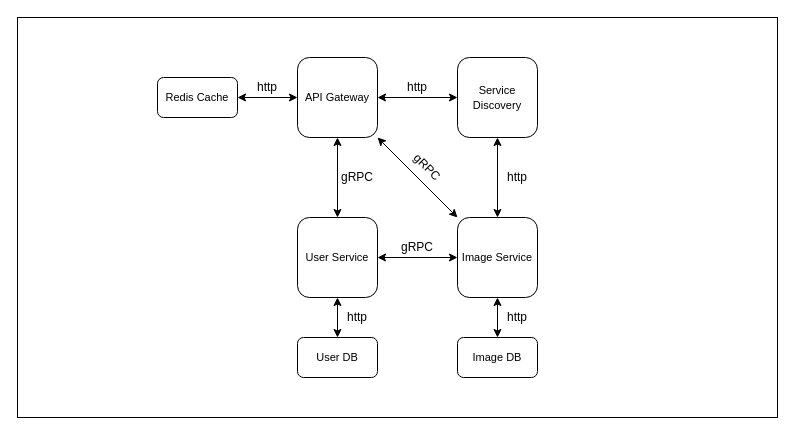
Earlier version of the draw.io diagram local/diagrams/PAD_LAB_1.drawio (StefanB0/PAD). Source tidied: cells renumbered, new cells numbered last; positions are measured from the earlier drawing's top-left corner, leaving out a move shared by most shapes. Both pictures are drawn from the tidied source at 100%, with x=0, y=0 at pixel (17, 17).
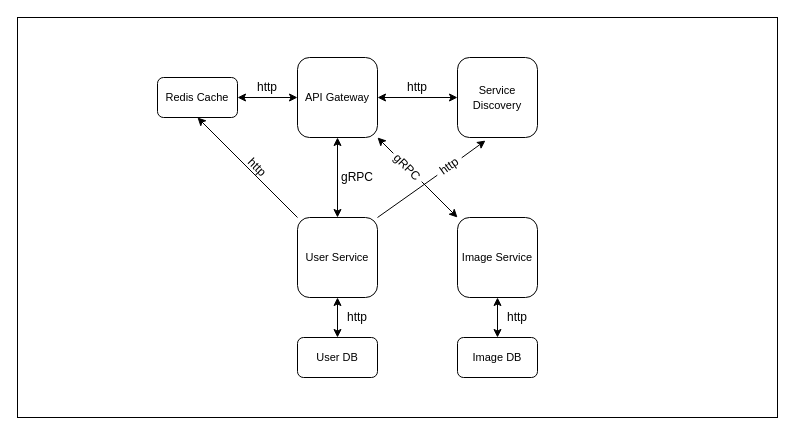
The same page after the edit.

Unchanged cells that the change refers to:
```xml
<mxCell id="2" value="&lt;font style=&quot;font-size: 11px;&quot;&gt;User Service&lt;/font&gt;" style="rounded=1;whiteSpace=wrap;html=1;" parent="1" vertex="1">
  <mxGeometry x="280" y="200" width="80" height="80" as="geometry" />
</mxCell>
<mxCell id="5" value="&lt;font style=&quot;font-size: 11px;&quot;&gt;Image&amp;nbsp;Service&lt;/font&gt;" style="rounded=1;whiteSpace=wrap;html=1;" parent="1" vertex="1">
  <mxGeometry x="440" y="200" width="80" height="80" as="geometry" />
</mxCell>
<mxCell id="8" value="&lt;font style=&quot;font-size: 11px;&quot;&gt;API Gateway&lt;/font&gt;" style="rounded=1;whiteSpace=wrap;html=1;" parent="1" vertex="1">
  <mxGeometry x="280" y="40" width="80" height="80" as="geometry" />
</mxCell>
<mxCell id="11" value="&lt;font style=&quot;font-size: 11px;&quot;&gt;Service Discovery&lt;/font&gt;" style="rounded=1;whiteSpace=wrap;html=1;" parent="1" vertex="1">
  <mxGeometry x="440" y="40" width="80" height="80" as="geometry" />
</mxCell>
<mxCell id="12" value="&lt;font style=&quot;font-size: 11px;&quot;&gt;Redis Cache&lt;/font&gt;" style="rounded=1;whiteSpace=wrap;html=1;" parent="1" vertex="1">
  <mxGeometry x="140" y="60" width="80" height="40" as="geometry" />
</mxCell>
```

Change to the diagram source:
```diff
@@
+    <mxCell id="25" style="rounded=0;whiteSpace=wrap;html=1;fillColor=none;strokeColor=default;" parent="1" vertex="1">
+      <mxGeometry width="760" height="400" as="geometry" />
+    </mxCell>
+    <mxCell id="26" style="rounded=0;jettySize=auto;html=1;exitX=0;exitY=0;exitDx=0;exitDy=0;entryX=0.5;entryY=1;entryDx=0;entryDy=0;" parent="1" edge="1" source="2" target="12">
+      <mxGeometry relative="1" as="geometry" />
+    </mxCell>
+    <mxCell id="27" style="edgeStyle=none;rounded=0;jettySize=auto;html=1;exitX=1;exitY=0.5;exitDx=0;exitDy=0;entryX=0.35;entryY=1.038;entryDx=0;entryDy=0;entryPerimeter=0;" parent="1" edge="1" source="30" target="11">
+      <mxGeometry relative="1" as="geometry" />
+    </mxCell>
@@
-    <mxCell id="3" style="edgeStyle=none;rounded=0;jettySize=auto;html=1;exitX=0;exitY=0;exitDx=0;exitDy=0;entryX=1;entryY=1;entryDx=0;entryDy=0;startArrow=classic;startFill=1;" parent="1" edge="1" source="5" target="8">
+    <mxCell id="3" style="edgeStyle=none;rounded=0;jettySize=auto;html=1;exitX=0;exitY=0.5;exitDx=0;exitDy=0;entryX=1;entryY=1;entryDx=0;entryDy=0;startArrow=none;startFill=0;" parent="1" edge="1" source="23" target="8">
       <mxGeometry relative="1" as="geometry" />
     </mxCell>
-    <mxCell id="4" style="edgeStyle=none;rounded=0;jettySize=auto;html=1;exitX=0;exitY=0.5;exitDx=0;exitDy=0;entryX=1;entryY=0.5;entryDx=0;entryDy=0;startArrow=classic;startFill=1;" parent="1" edge="1" source="5" target="2">
-      <mxGeometry relative="1" as="geometry" />
-    </mxCell>
@@
-    <mxCell id="10" style="edgeStyle=none;rounded=0;jettySize=auto;html=1;exitX=0.5;exitY=1;exitDx=0;exitDy=0;entryX=0.5;entryY=0;entryDx=0;entryDy=0;startArrow=classic;startFill=1;" parent="1" edge="1" source="11" target="5">
-      <mxGeometry relative="1" as="geometry" />
-    </mxCell>
@@
-    <mxCell id="19" value="http" style="text;html=1;strokeColor=none;fillColor=none;align=center;verticalAlign=middle;whiteSpace=wrap;rounded=0;" parent="1" vertex="1">
-      <mxGeometry x="480" y="150" width="40" height="20" as="geometry" />
-    </mxCell>
@@
+    <mxCell id="28" value="http" style="text;html=1;strokeColor=none;fillColor=none;align=center;verticalAlign=middle;whiteSpace=wrap;rounded=0;rotation=45;" parent="1" vertex="1">
+      <mxGeometry x="220" y="140" width="40" height="20" as="geometry" />
+    </mxCell>
+    <mxCell id="29" style="edgeStyle=none;rounded=0;jettySize=auto;html=1;exitX=1;exitY=0;exitDx=0;exitDy=0;entryX=0;entryY=0.5;entryDx=0;entryDy=0;endArrow=none;endFill=0;" parent="1" edge="1" source="2" target="30">
+      <mxGeometry relative="1" as="geometry" />
+    </mxCell>
+    <mxCell id="30" value="http" style="text;html=1;strokeColor=none;fillColor=none;align=center;verticalAlign=middle;whiteSpace=wrap;rounded=0;rotation=-35.5;" parent="1" vertex="1">
+      <mxGeometry x="417" y="139" width="30" height="20" as="geometry" />
+    </mxCell>
+    <mxCell id="31" style="edgeStyle=none;rounded=0;jettySize=auto;html=1;exitX=0;exitY=0;exitDx=0;exitDy=0;entryX=1;entryY=0.5;entryDx=0;entryDy=0;startArrow=classic;startFill=1;endArrow=none;endFill=0;" parent="1" edge="1" source="5" target="23">
+      <mxGeometry relative="1" as="geometry" />
+    </mxCell>
     <mxCell id="23" value="gRPC" style="text;html=1;strokeColor=none;fillColor=none;align=center;verticalAlign=middle;whiteSpace=wrap;rounded=0;rotation=45;" parent="1" vertex="1">
-      <mxGeometry x="390" y="140" width="40" height="20" as="geometry" />
+      <mxGeometry x="370" y="140" width="40" height="20" as="geometry" />
     </mxCell>
-    <mxCell id="24" value="gRPC" style="text;html=1;strokeColor=none;fillColor=none;align=center;verticalAlign=middle;whiteSpace=wrap;rounded=0;" parent="1" vertex="1">
-      <mxGeometry x="380" y="220" width="40" height="20" as="geometry" />
-    </mxCell>
-    <mxCell id="25" style="rounded=0;whiteSpace=wrap;html=1;fillColor=none;strokeColor=default;" parent="1" vertex="1">
-      <mxGeometry width="760" height="400" as="geometry" />
-    </mxCell>
```
